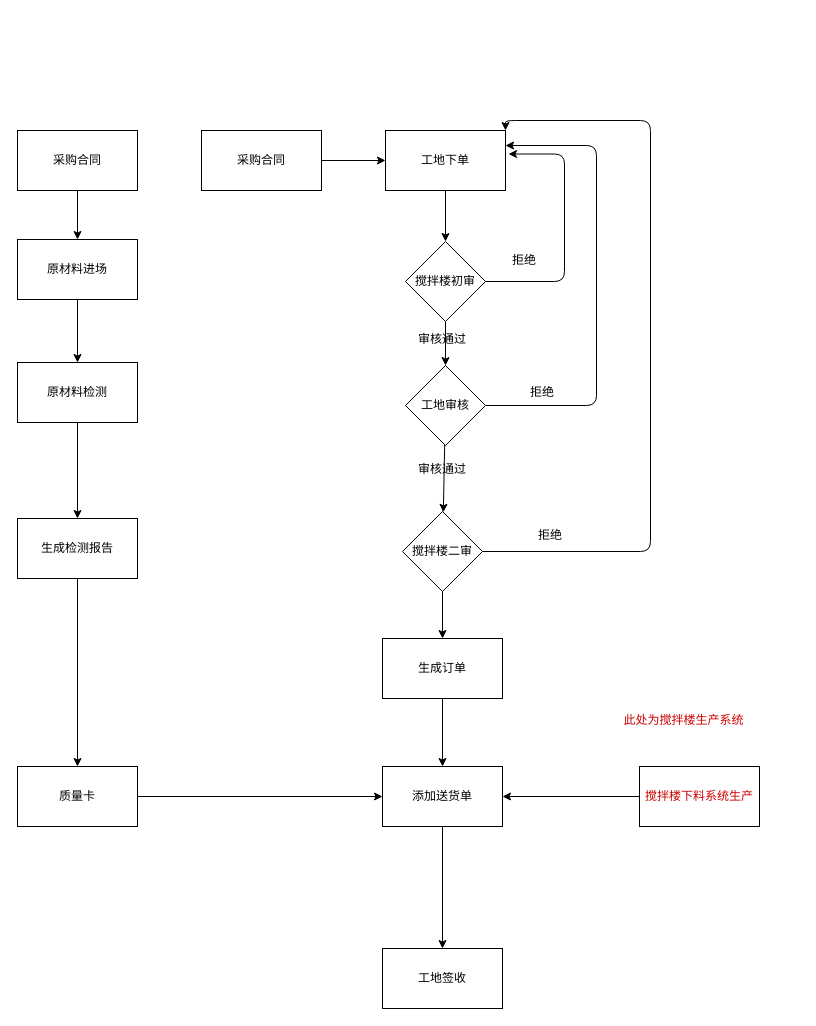
This is hnt/流程.drawio from Napoleon1234/Draw, a draw.io file, before an edit. Source tidied: cells renumbered, new cells numbered last; positions are measured from the earlier drawing's top-left corner, leaving out a move shared by most shapes. Both pictures are drawn from the tidied source at 100%, with x=0, y=0 at pixel (17, 120).
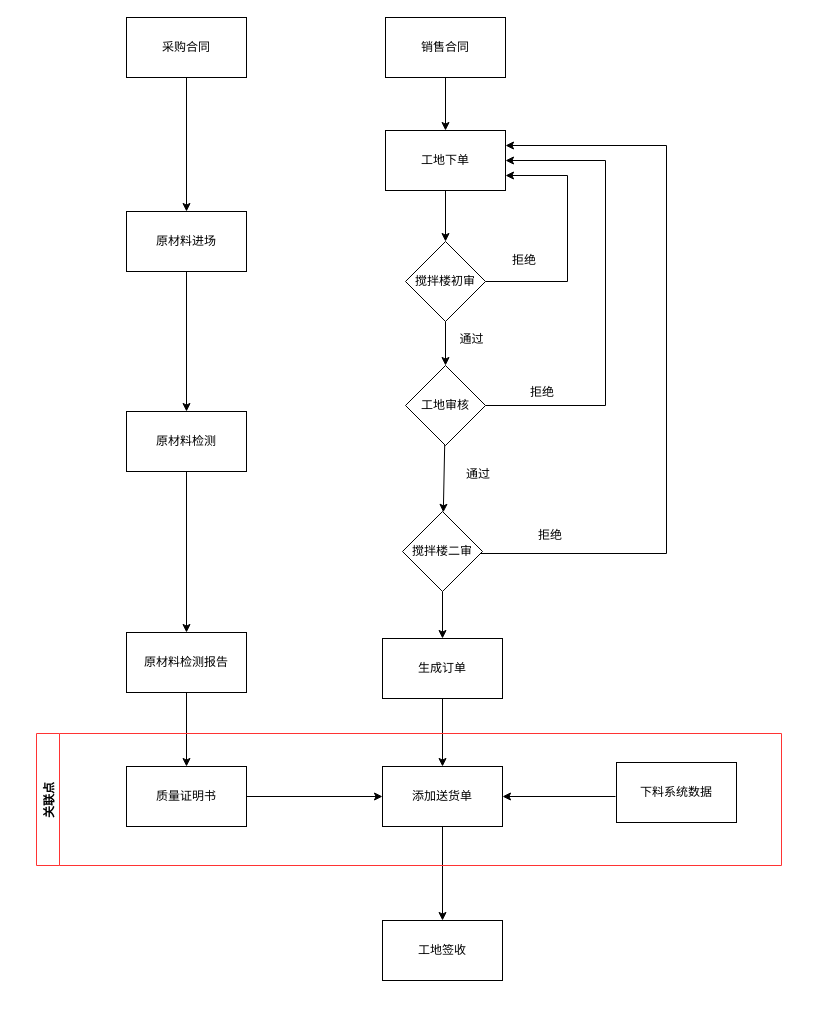
The same page after the edit.

The change refers to these unchanged cells:
```xml
<mxCell id="13" value="工地下单" style="rounded=0;whiteSpace=wrap;html=1;fontColor=#000000;strokeColor=#000000;fillColor=#FFFFFF;" parent="1" vertex="1">
  <mxGeometry x="368" y="10" width="120" height="60" as="geometry" />
</mxCell>
<mxCell id="16" value="搅拌楼初审" style="rhombus;whiteSpace=wrap;html=1;fontColor=#000000;strokeColor=#000000;fillColor=#FFFFFF;" parent="1" vertex="1">
  <mxGeometry x="388" y="121" width="80" height="80" as="geometry" />
</mxCell>
<mxCell id="19" value="工地审核" style="rhombus;whiteSpace=wrap;html=1;fontColor=#000000;strokeColor=#000000;fillColor=#FFFFFF;" parent="1" vertex="1">
  <mxGeometry x="388" y="245" width="80" height="80" as="geometry" />
</mxCell>
<mxCell id="22" value="搅拌楼二审" style="rhombus;whiteSpace=wrap;html=1;fontColor=#000000;strokeColor=#000000;fillColor=#FFFFFF;" parent="1" vertex="1">
  <mxGeometry x="385" y="391" width="80" height="80" as="geometry" />
</mxCell>
<mxCell id="28" value="添加送货单" style="rounded=0;whiteSpace=wrap;html=1;fontColor=#000000;strokeColor=#000000;fillColor=#FFFFFF;" parent="1" vertex="1">
  <mxGeometry x="365" y="646" width="120" height="60" as="geometry" />
</mxCell>
<mxCell id="34" value="生成订单" style="rounded=0;whiteSpace=wrap;html=1;fontColor=#000000;strokeColor=#000000;fillColor=#FFFFFF;" parent="1" vertex="1">
  <mxGeometry x="365" y="518" width="120" height="60" as="geometry" />
</mxCell>
```

What changed in the source:
```diff
@@
     <mxCell id="3" value="&lt;font color=&quot;#000000&quot;&gt;采购合同&lt;/font&gt;" style="rounded=0;whiteSpace=wrap;html=1;strokeColor=#000000;fillColor=#FFFFFF;" parent="1" vertex="1">
-      <mxGeometry y="10" width="120" height="60" as="geometry" />
+      <mxGeometry x="109" y="-103" width="120" height="60" as="geometry" />
     </mxCell>
@@
     <mxCell id="5" value="&lt;font color=&quot;#000000&quot;&gt;原材料进场&lt;/font&gt;" style="rounded=0;whiteSpace=wrap;html=1;strokeColor=#000000;fillColor=#FFFFFF;" parent="1" vertex="1">
-      <mxGeometry y="119" width="120" height="60" as="geometry" />
+      <mxGeometry x="109" y="91" width="120" height="60" as="geometry" />
     </mxCell>
@@
     <mxCell id="7" value="原材料检测" style="rounded=0;whiteSpace=wrap;html=1;fontColor=#000000;strokeColor=#000000;fillColor=#FFFFFF;" parent="1" vertex="1">
-      <mxGeometry y="242" width="120" height="60" as="geometry" />
+      <mxGeometry x="109" y="291" width="120" height="60" as="geometry" />
     </mxCell>
@@
-    <mxCell id="9" value="生成检测报告" style="rounded=0;whiteSpace=wrap;html=1;fontColor=#000000;strokeColor=#000000;fillColor=#FFFFFF;" parent="1" vertex="1">
-      <mxGeometry y="398" width="120" height="60" as="geometry" />
+    <mxCell id="9" value="原材料检测报告" style="rounded=0;whiteSpace=wrap;html=1;fontColor=#000000;strokeColor=#000000;fillColor=#FFFFFF;" parent="1" vertex="1">
+      <mxGeometry x="109" y="512" width="120" height="60" as="geometry" />
     </mxCell>
@@
-    <mxCell id="11" value="采购合同" style="rounded=0;whiteSpace=wrap;html=1;fontColor=#000000;strokeColor=#000000;fillColor=#FFFFFF;" parent="1" vertex="1">
-      <mxGeometry x="184" y="10" width="120" height="60" as="geometry" />
+    <mxCell id="11" value="销售合同" style="rounded=0;whiteSpace=wrap;html=1;fontColor=#000000;strokeColor=#000000;fillColor=#FFFFFF;" parent="1" vertex="1">
+      <mxGeometry x="368" y="-103" width="120" height="60" as="geometry" />
     </mxCell>
@@
-    <mxCell id="15" style="edgeStyle=orthogonalEdgeStyle;html=1;entryX=1.025;entryY=0.392;entryDx=0;entryDy=0;entryPerimeter=0;fontColor=#000000;strokeColor=#000000;" parent="1" edge="1" source="16" target="13">
+    <mxCell id="15" style="edgeStyle=orthogonalEdgeStyle;rounded=0;jettySize=auto;html=1;entryX=1;entryY=0.75;entryDx=0;entryDy=0;" parent="1" edge="1" source="16" target="13">
       <mxGeometry relative="1" as="geometry">
         <Array as="points">
-          <mxPoint x="547" y="161" />
-          <mxPoint x="547" y="34" />
+          <mxPoint x="550" y="161" />
+          <mxPoint x="550" y="55" />
         </Array>
       </mxGeometry>
     </mxCell>
@@
+    <mxCell id="18" style="edgeStyle=none;html=1;fontColor=#000000;strokeColor=#000000;" parent="1" edge="1" source="19" target="22">
+      <mxGeometry relative="1" as="geometry" />
+    </mxCell>
-    <mxCell id="17" style="edgeStyle=orthogonalEdgeStyle;html=1;entryX=1;entryY=0.25;entryDx=0;entryDy=0;fontColor=#000000;strokeColor=#000000;" parent="1" edge="1" source="19" target="13">
+    <mxCell id="17" style="edgeStyle=orthogonalEdgeStyle;rounded=0;jettySize=auto;html=1;entryX=1;entryY=0.5;entryDx=0;entryDy=0;" parent="1" edge="1" source="19" target="13">
       <mxGeometry relative="1" as="geometry">
         <Array as="points">
-          <mxPoint x="579" y="285" />
-          <mxPoint x="579" y="25" />
+          <mxPoint x="588" y="285" />
+          <mxPoint x="588" y="40" />
         </Array>
       </mxGeometry>
     </mxCell>
-    <mxCell id="18" style="edgeStyle=none;html=1;fontColor=#000000;strokeColor=#000000;" parent="1" edge="1" source="19" target="22">
-      <mxGeometry relative="1" as="geometry" />
-    </mxCell>
@@
+    <mxCell id="21" style="edgeStyle=none;html=1;fontColor=#000000;strokeColor=#000000;" parent="1" edge="1" source="22" target="34">
+      <mxGeometry relative="1" as="geometry" />
+    </mxCell>
-    <mxCell id="20" style="edgeStyle=orthogonalEdgeStyle;html=1;entryX=1;entryY=0;entryDx=0;entryDy=0;fontColor=#000000;strokeColor=#000000;" parent="1" edge="1" source="22" target="13">
+    <mxCell id="20" style="edgeStyle=orthogonalEdgeStyle;rounded=0;jettySize=auto;html=1;entryX=1;entryY=0.25;entryDx=0;entryDy=0;" parent="1" edge="1" source="22" target="13">
       <mxGeometry relative="1" as="geometry">
         <Array as="points">
-          <mxPoint x="633" y="431" />
-          <mxPoint x="633" />
-          <mxPoint x="488" />
+          <mxPoint x="649" y="433" />
+          <mxPoint x="649" y="25" />
         </Array>
       </mxGeometry>
     </mxCell>
-    <mxCell id="21" style="edgeStyle=none;html=1;fontColor=#000000;strokeColor=#000000;" parent="1" edge="1" source="22" target="34">
-      <mxGeometry relative="1" as="geometry" />
-    </mxCell>
@@
-    <mxCell id="23" value="审核通过" style="text;html=1;strokeColor=none;fillColor=none;align=center;verticalAlign=middle;whiteSpace=wrap;rounded=0;fontColor=#000000;" parent="1" vertex="1">
-      <mxGeometry x="395" y="204" width="60" height="30" as="geometry" />
+    <mxCell id="23" value="通过" style="text;html=1;strokeColor=none;fillColor=none;align=center;verticalAlign=middle;whiteSpace=wrap;rounded=0;fontColor=#000000;" parent="1" vertex="1">
+      <mxGeometry x="428" y="204" width="53" height="30" as="geometry" />
     </mxCell>
@@
-    <mxCell id="29" style="edgeStyle=none;html=1;fontColor=#000000;strokeColor=#000000;" parent="1" edge="1" source="30" target="28">
-      <mxGeometry relative="1" as="geometry" />
+    <mxCell id="29" style="edgeStyle=none;html=1;fontColor=#000000;strokeColor=#000000;" parent="1" edge="1" target="28">
+      <mxGeometry relative="1" as="geometry">
+        <mxPoint x="598" y="676" as="sourcePoint" />
+      </mxGeometry>
     </mxCell>
-    <mxCell id="30" value="搅拌楼下料系统生产" style="rounded=0;whiteSpace=wrap;html=1;fontColor=#CC0000;strokeColor=#000000;fillColor=#FFFFFF;" parent="1" vertex="1">
-      <mxGeometry x="622" y="646" width="120" height="60" as="geometry" />
-    </mxCell>
@@
-    <mxCell id="32" value="质量卡" style="rounded=0;whiteSpace=wrap;html=1;fontColor=#000000;strokeColor=#000000;fillColor=#FFFFFF;" parent="1" vertex="1">
-      <mxGeometry y="646" width="120" height="60" as="geometry" />
+    <mxCell id="32" value="质量证明书" style="rounded=0;whiteSpace=wrap;html=1;fontColor=#000000;strokeColor=#000000;fillColor=#FFFFFF;" parent="1" vertex="1">
+      <mxGeometry x="109" y="646" width="120" height="60" as="geometry" />
     </mxCell>
@@
-    <mxCell id="35" value="此处为搅拌楼生产系统" style="text;html=1;strokeColor=none;fillColor=none;align=center;verticalAlign=middle;whiteSpace=wrap;rounded=0;fontColor=#CC0000;" parent="1" vertex="1">
-      <mxGeometry x="552" y="572" width="229" height="56" as="geometry" />
-    </mxCell>
     <mxCell id="36" value="&lt;font color=&quot;#000000&quot;&gt;工地签收&lt;/font&gt;" style="rounded=0;whiteSpace=wrap;html=1;fontColor=#CC0000;strokeColor=#000000;fillColor=#FFFFFF;" parent="1" vertex="1">
-      <mxGeometry x="365" y="828" width="120" height="60" as="geometry" />
+      <mxGeometry x="365" y="800" width="120" height="60" as="geometry" />
     </mxCell>
-    <mxCell id="37" value="审核通过" style="text;html=1;strokeColor=none;fillColor=none;align=center;verticalAlign=middle;whiteSpace=wrap;rounded=0;fontColor=#000000;" parent="1" vertex="1">
-      <mxGeometry x="395" y="334" width="60" height="30" as="geometry" />
+    <mxCell id="37" value="通过" style="text;html=1;strokeColor=none;fillColor=none;align=center;verticalAlign=middle;whiteSpace=wrap;rounded=0;fontColor=#000000;" parent="1" vertex="1">
+      <mxGeometry x="431" y="339" width="60" height="30" as="geometry" />
     </mxCell>
+    <mxCell id="38" value="关联点" style="swimlane;horizontal=0;startSize=23;strokeColor=#FF3333;" parent="1" vertex="1">
+      <mxGeometry x="19" y="613" width="745" height="132" as="geometry" />
+    </mxCell>
+    <mxCell id="39" value="下料系统数据" style="rounded=0;whiteSpace=wrap;html=1;fontColor=#000000;strokeColor=#000000;fillColor=#FFFFFF;" parent="38" vertex="1">
+      <mxGeometry x="580" y="29" width="120" height="60" as="geometry" />
+    </mxCell>
```
